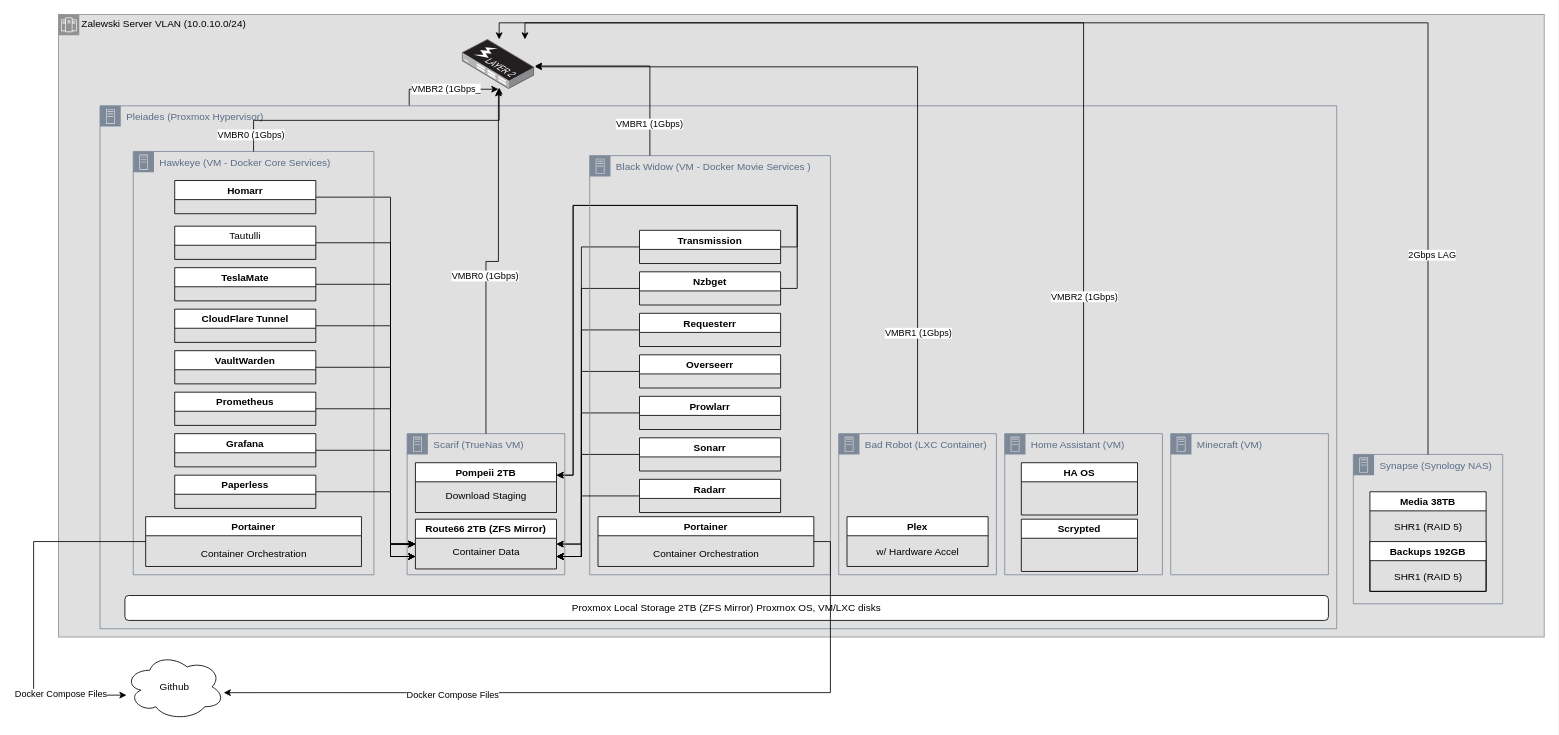
This is Zalewski Cloud.drawio from mark-zalewski/General, a draw.io file, before an edit. Source tidied: cells renumbered, new cells numbered last; positions are measured from the earlier drawing's top-left corner, leaving out a move shared by most shapes. Both pictures are drawn from the tidied source at 83%, with x=0, y=0 at pixel (33, 14).
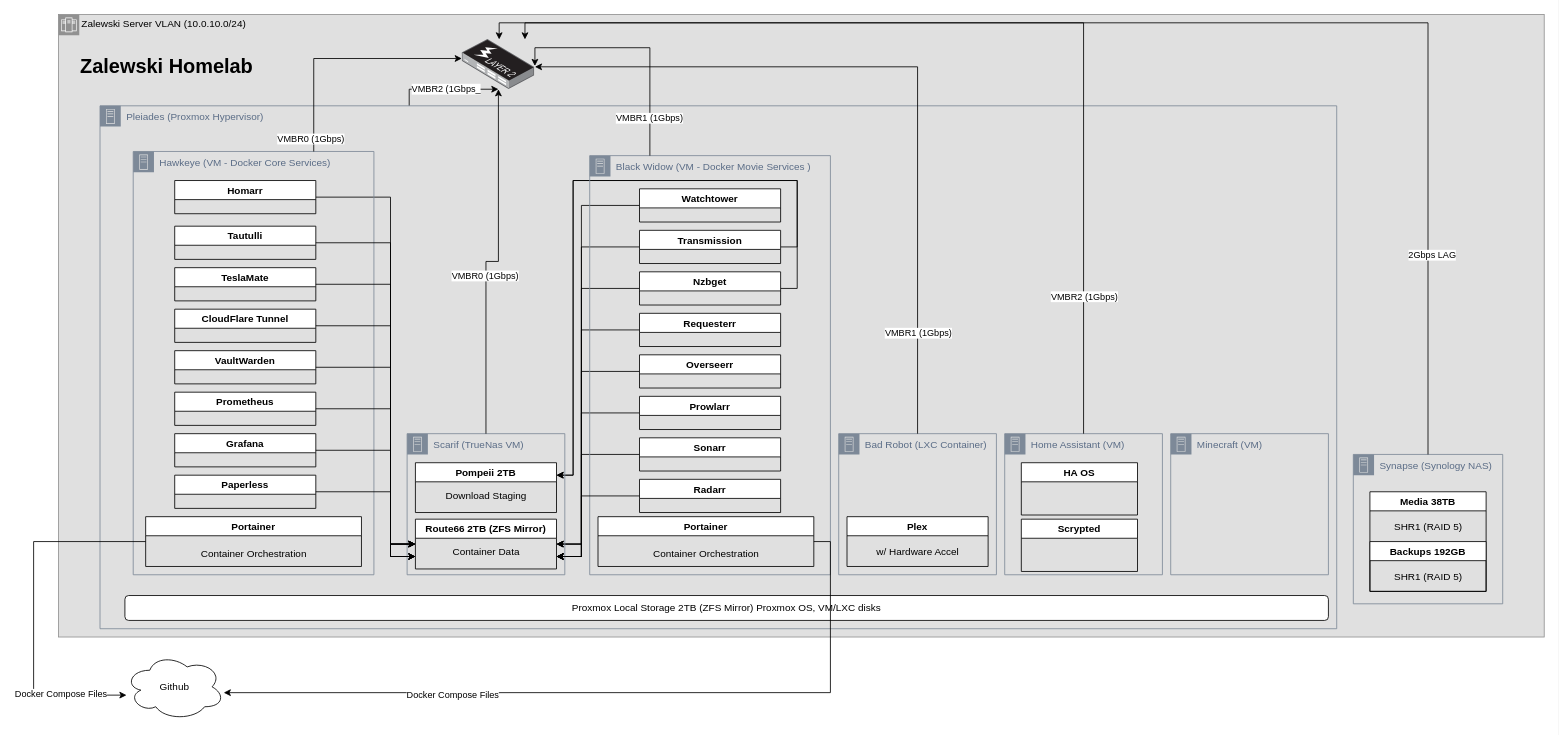
After the change.

Unchanged cells that the change refers to:
```xml
<mxCell id="2" value="Zalewski Server VLAN (10.0.10.0/24)" style="shape=mxgraph.ibm.box;prType=zone;fontStyle=0;verticalAlign=top;align=left;spacingLeft=32;spacingTop=4;fillColor=#E0E0E0;rounded=0;whiteSpace=wrap;html=1;strokeColor=#919191;strokeWidth=1;dashed=0;spacing=-4;" parent="1" vertex="1">
  <mxGeometry x="30" width="1790" height="750" as="geometry" />
</mxCell>
<mxCell id="12" value="Transmission" style="swimlane;" parent="2" vertex="1">
  <mxGeometry x="700" y="260" width="170" height="40" as="geometry" />
</mxCell>
<mxCell id="17" value="Nzbget" style="swimlane;" parent="2" vertex="1">
  <mxGeometry x="700" y="310" width="170" height="40" as="geometry" />
</mxCell>
<mxCell id="20" value="Pompeii 2TB" style="swimlane;" parent="2" vertex="1">
  <mxGeometry x="430" y="540" width="170" height="60" as="geometry" />
</mxCell>
<mxCell id="22" value="Route66 2TB (ZFS Mirror)" style="swimlane;" parent="2" vertex="1">
  <mxGeometry x="430" y="608" width="170" height="60" as="geometry" />
</mxCell>
<mxCell id="29" style="image;points=[];html=1;align=center;shadow=0;dashed=0;image=img/lib/allied_telesis/switch/Switch_24_port_L2_POE.svg;" parent="2" vertex="1">
  <mxGeometry x="486.2" y="30" width="87.5" height="60" as="geometry" />
</mxCell>
<mxCell id="37" value="Hawkeye (VM - Docker Core Services)" style="points=[[0,0],[0.25,0],[0.5,0],[0.75,0],[1,0],[1,0.25],[1,0.5],[1,0.75],[1,1],[0.75,1],[0.5,1],[0.25,1],[0,1],[0,0.75],[0,0.5],[0,0.25]];outlineConnect=0;gradientColor=none;html=1;whiteSpace=wrap;fontSize=12;fontStyle=0;shape=mxgraph.aws4.group;grIcon=mxgraph.aws4.group_on_premise;strokeColor=#7D8998;fillColor=none;verticalAlign=top;align=left;spacingLeft=30;fontColor=#5A6C86;dashed=0;" parent="36" vertex="1">
  <mxGeometry x="40" y="55" width="290" height="510" as="geometry" />
</mxCell>
<mxCell id="50" value="Black Widow (VM - Docker Movie Services )" style="points=[[0,0],[0.25,0],[0.5,0],[0.75,0],[1,0],[1,0.25],[1,0.5],[1,0.75],[1,1],[0.75,1],[0.5,1],[0.25,1],[0,1],[0,0.75],[0,0.5],[0,0.25]];outlineConnect=0;gradientColor=none;html=1;whiteSpace=wrap;fontSize=12;fontStyle=0;shape=mxgraph.aws4.group;grIcon=mxgraph.aws4.group_on_premise;strokeColor=#7D8998;fillColor=none;verticalAlign=top;align=left;spacingLeft=30;fontColor=#5A6C86;dashed=0;" parent="36" vertex="1">
  <mxGeometry x="590" y="60" width="290" height="505" as="geometry" />
</mxCell>
```

Change to the diagram source:
```diff
@@
     <mxCell id="11" style="edgeStyle=orthogonalEdgeStyle;rounded=0;jettySize=auto;html=1;exitX=1;exitY=0.5;exitDx=0;exitDy=0;entryX=1;entryY=0.25;entryDx=0;entryDy=0;" parent="2" edge="1" source="12" target="20">
       <mxGeometry relative="1" as="geometry">
         <Array as="points">
           <mxPoint x="890" y="280" />
-          <mxPoint x="890" y="230" />
-          <mxPoint x="620" y="230" />
+          <mxPoint x="890" y="200" />
+          <mxPoint x="620" y="200" />
           <mxPoint x="620" y="555" />
         </Array>
       </mxGeometry>
     </mxCell>
@@
     <mxCell id="16" style="edgeStyle=orthogonalEdgeStyle;rounded=0;jettySize=auto;html=1;exitX=1;exitY=0.5;exitDx=0;exitDy=0;entryX=1;entryY=0.25;entryDx=0;entryDy=0;" parent="2" edge="1" source="17" target="20">
       <mxGeometry relative="1" as="geometry">
         <Array as="points">
           <mxPoint x="890" y="330" />
-          <mxPoint x="890" y="230" />
-          <mxPoint x="620" y="230" />
+          <mxPoint x="890" y="200" />
+          <mxPoint x="620" y="200" />
           <mxPoint x="620" y="555" />
         </Array>
       </mxGeometry>
     </mxCell>
@@
+    <mxCell id="79" style="edgeStyle=orthogonalEdgeStyle;rounded=0;jettySize=auto;html=1;exitX=0;exitY=0.5;exitDx=0;exitDy=0;entryX=1;entryY=0.5;entryDx=0;entryDy=0;" parent="2" edge="1" source="80" target="22">
+      <mxGeometry relative="1" as="geometry">
+        <Array as="points">
+          <mxPoint x="630" y="230" />
+          <mxPoint x="630" y="638" />
+        </Array>
+      </mxGeometry>
+    </mxCell>
+    <mxCell id="80" value="Watchtower" style="swimlane;" parent="2" vertex="1">
+      <mxGeometry x="700" y="210" width="170" height="40" as="geometry" />
+    </mxCell>
+    <mxCell id="81" value="Zalewski Homelab" style="text;strokeColor=none;fillColor=none;html=1;fontSize=24;fontStyle=1;verticalAlign=middle;align=center;" parent="2" vertex="1">
+      <mxGeometry x="80" y="43" width="100" height="40" as="geometry" />
+    </mxCell>
@@
-    <mxCell id="43" value="Tautulli" style="swimlane;fontStyle=0;" parent="37" vertex="1">
+    <mxCell id="43" value="Tautulli" style="swimlane;fontStyle=1;" parent="37" vertex="1">
       <mxGeometry x="50" y="90" width="170" height="40" as="geometry" />
     </mxCell>
@@
     <mxCell id="57" style="edgeStyle=orthogonalEdgeStyle;rounded=0;jettySize=auto;html=1;exitX=0.25;exitY=0;exitDx=0;exitDy=0;entryX=1.003;entryY=0.533;entryDx=0;entryDy=0;entryPerimeter=0;" parent="1" edge="1" source="50" target="29">
-      <mxGeometry relative="1" as="geometry" />
+      <mxGeometry relative="1" as="geometry">
+        <Array as="points">
+          <mxPoint x="743" y="40" />
+          <mxPoint x="604" y="40" />
+        </Array>
+      </mxGeometry>
     </mxCell>
@@
-    <mxCell id="72" style="edgeStyle=orthogonalEdgeStyle;rounded=0;jettySize=auto;html=1;exitX=0.5;exitY=0;exitDx=0;exitDy=0;entryX=0.511;entryY=0.967;entryDx=0;entryDy=0;entryPerimeter=0;" parent="1" edge="1" source="37" target="29">
+    <mxCell id="72" style="edgeStyle=orthogonalEdgeStyle;rounded=0;jettySize=auto;html=1;exitX=0.75;exitY=0;exitDx=0;exitDy=0;entryX=-0.003;entryY=0.383;entryDx=0;entryDy=0;entryPerimeter=0;" parent="1" edge="1" source="37" target="29">
       <mxGeometry relative="1" as="geometry" />
     </mxCell>
```
